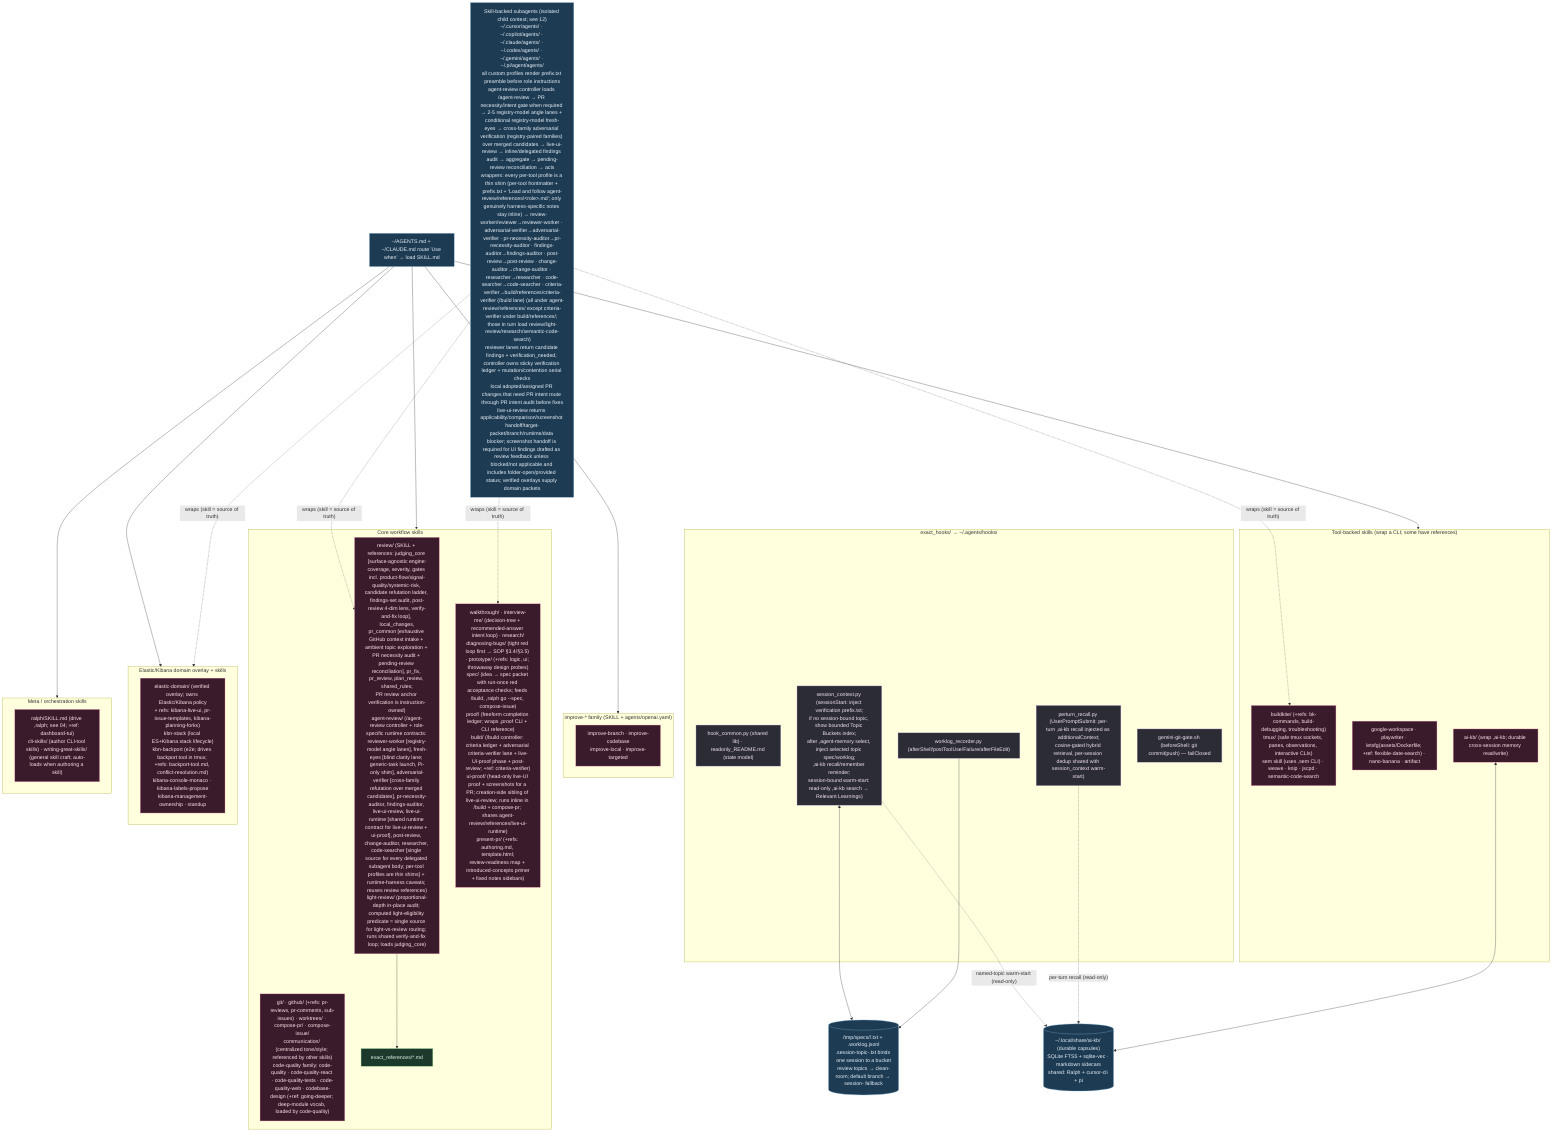
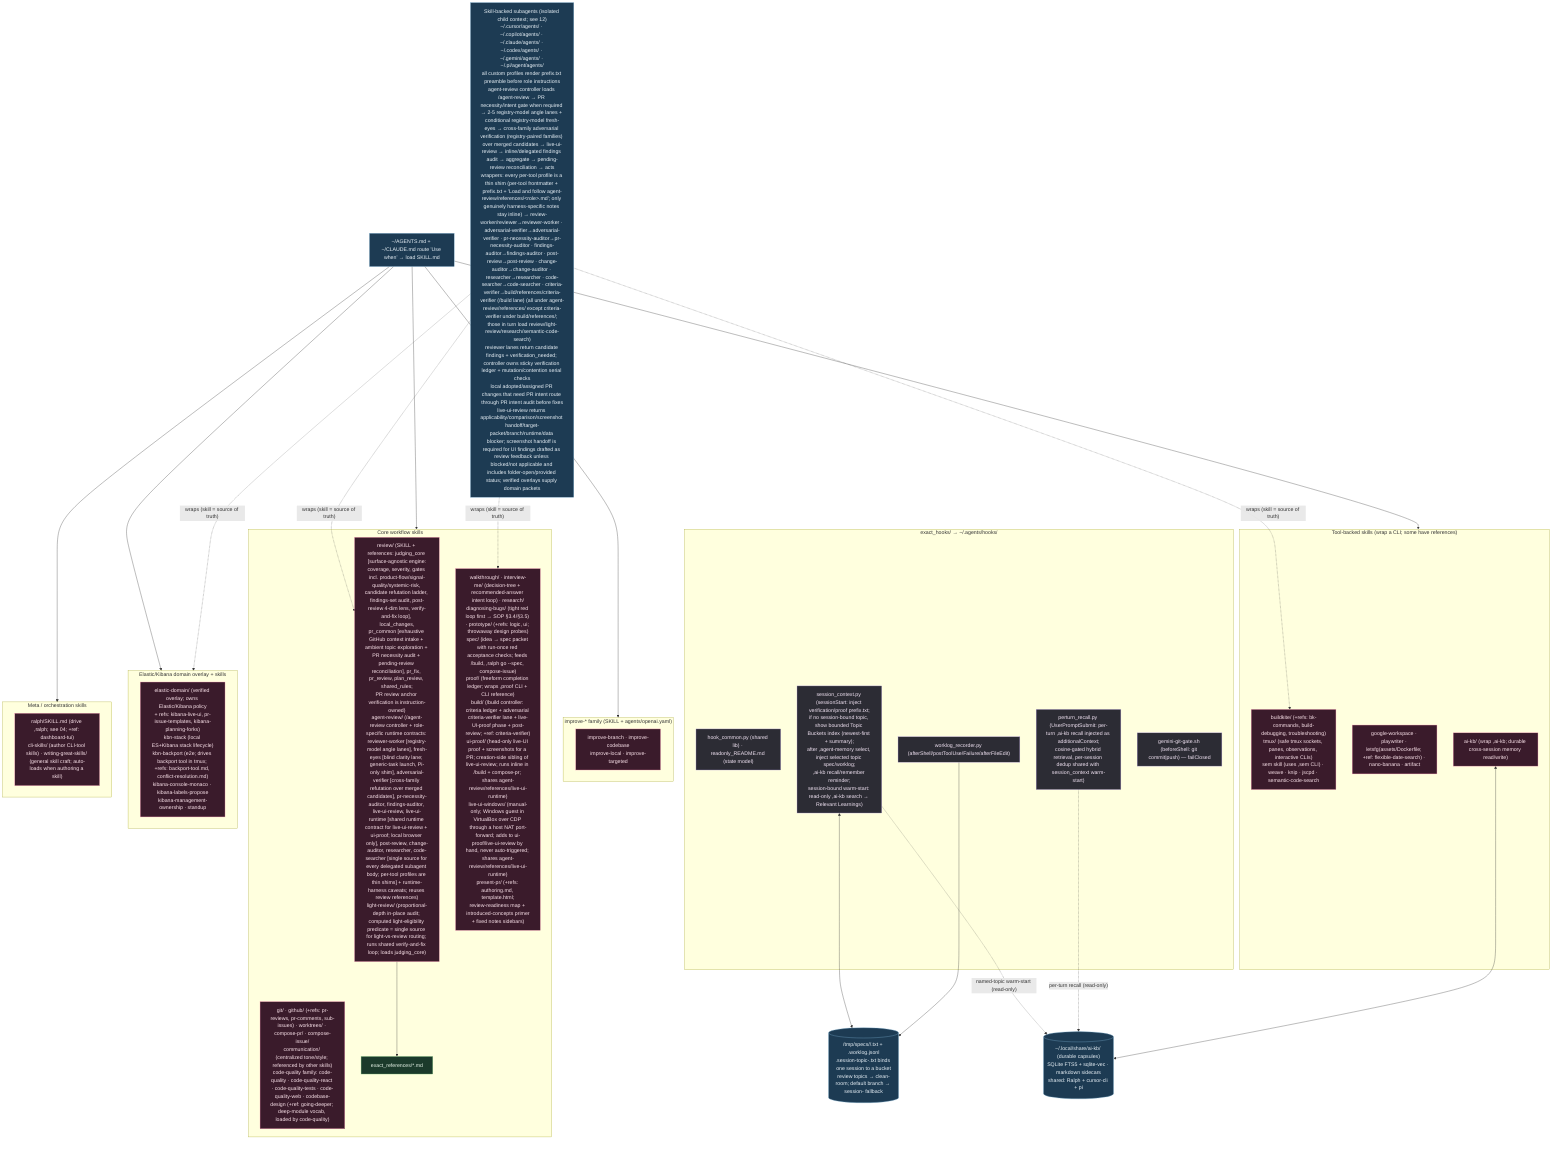
%% ============================================================================
- %% 03b-agent-skills-hooks.mmd — Every file under home/exact_dot_agents/ (102).
+ %% 03b-agent-skills-hooks.mmd — Every file under home/exact_dot_agents/ (103).
%% Skills → ~/.agents/skills/ (intent-routed SKILL.md). Shared hooks → ~/.agents/hooks/.
%% ============================================================================
flowchart TB
    classDef skill fill:#3a1b2b,stroke:#f48fb1,color:#fce4ec;
    classDef hook fill:#2c2c34,stroke:#b39ddb,color:#f3e5f5;
    classDef ref fill:#1b3a2b,stroke:#81c784,color:#e8f5e9;
    classDef data fill:#1d3b53,stroke:#7fb3d5,color:#eaf2f8;

    subgraph HOOKS["exact_hooks/ → ~/.agents/hooks/"]
        HC["hook_common.py (shared lib) · readonly_README.md (state model)"]:::hook
-         SCx["session_context.py (sessionStart: inject verification prefix.txt;<br/>if no session-bound topic, show bounded Topic Buckets index;<br/>after ,agent-memory select, inject selected topic spec/worklog;<br/>,ai-kb recall/remember reminder;<br/>session-bound warm-start: read-only ,ai-kb search → Relevant Learnings)"]:::hook
+         SCx["session_context.py (sessionStart: inject verification/proof prefix.txt;<br/>if no session-bound topic, show bounded Topic Buckets index (newest-first + summary);<br/>after ,agent-memory select, inject selected topic spec/worklog;<br/>,ai-kb recall/remember reminder;<br/>session-bound warm-start: read-only ,ai-kb search → Relevant Learnings)"]:::hook
        PRx["perturn_recall.py (UserPromptSubmit: per-turn ,ai-kb recall injected as additionalContext;<br/>cosine-gated hybrid retrieval, per-session dedup shared with session_context warm-start)"]:::hook
        WLx["worklog_recorder.py (afterShell/postToolUse/Failure/afterFileEdit)"]:::hook
        GG["gemini-git-gate.sh (beforeShell: git commit|push) — failClosed"]:::hook
    end

    MEM[("/tmp/specs/<pwd>/<topic>.txt + .worklog.jsonl<br/>.session-topic-<id>.txt binds one session to a bucket<br/>review topics → clean-room; default branch → session-<id> fallback")]:::data
    SCx <--> MEM
    WLx --> MEM

    KBDB[("~/.local/share/ai-kb/ (durable capsules)<br/>SQLite FTS5 + sqlite-vec · markdown sidecars<br/>shared: Ralph + cursor-cli + pi")]:::data
    SCx -. "named-topic warm-start (read-only)" .-> KBDB
    PRx -. "per-turn recall (read-only)" .-> KBDB

    subgraph CORE["Core workflow skills"]
-         S1["review/ (SKILL + references: judging_core [surface-agnostic engine:<br/>coverage, severity, gates incl. product-flow/signal-quality/systemic-risk, candidate refutation ladder, findings-set audit, post-review 4-dim lens, verify-and-fix loop], local_changes,<br/>pr_common [exhaustive GitHub context intake + ambient topic exploration + PR necessity audit + pending-review reconciliation], pr_fix, pr_review, plan_review, shared_rules;<br/>PR review anchor verification is instruction-owned)<br/>agent-review/ (/agent-review controller + role-specific runtime contracts: reviewer-worker [registry-model angle lanes], fresh-eyes [blind clarity lane; generic-task launch, Pi-only shim], adversarial-verifier [cross-family refutation over merged candidates], pr-necessity-auditor, findings-auditor, live-ui-review, live-ui-runtime [shared runtime contract for live-ui-review + ui-proof], post-review, change-auditor, researcher, code-searcher [single source for every delegated subagent body; per-tool profiles are thin shims] + runtime-harness caveats; reuses review references)<br/>light-review/ (proportional-depth in-place audit; computed light-eligibility predicate = single source for light-vs-review routing; runs shared verify-and-fix loop; loads judging_core)"]:::skill
+         S1["review/ (SKILL + references: judging_core [surface-agnostic engine:<br/>coverage, severity, gates incl. product-flow/signal-quality/systemic-risk, candidate refutation ladder, findings-set audit, post-review 4-dim lens, verify-and-fix loop], local_changes,<br/>pr_common [exhaustive GitHub context intake + ambient topic exploration + PR necessity audit + pending-review reconciliation], pr_fix, pr_review, plan_review, shared_rules;<br/>PR review anchor verification is instruction-owned)<br/>agent-review/ (/agent-review controller + role-specific runtime contracts: reviewer-worker [registry-model angle lanes], fresh-eyes [blind clarity lane; generic-task launch, Pi-only shim], adversarial-verifier [cross-family refutation over merged candidates], pr-necessity-auditor, findings-auditor, live-ui-review, live-ui-runtime [shared runtime contract for live-ui-review + ui-proof; local browser only], post-review, change-auditor, researcher, code-searcher [single source for every delegated subagent body; per-tool profiles are thin shims] + runtime-harness caveats; reuses review references)<br/>light-review/ (proportional-depth in-place audit; computed light-eligibility predicate = single source for light-vs-review routing; runs shared verify-and-fix loop; loads judging_core)"]:::skill
        S2["git/ · github/ (+refs: pr-reviews, pr-comments, sub-issues) · worktrees/ · compose-pr/ · compose-issue/<br/>communication/ (centralized tone/style; referenced by other skills)<br/>code-quality family: code-quality · code-quality-react · code-quality-tests · code-quality-web · codebase-design (+ref: going-deeper; deep-module vocab, loaded by code-quality)"]:::skill
-         S3["walkthrough/ · interview-me/ (decision-tree + recommended-answer intent loop) · research/<br/>diagnosing-bugs/ (tight red loop first → SOP §3.4/§3.5) · prototype/ (+refs: logic, ui; throwaway design probes)<br/>spec/ (idea → spec packet with run-once red acceptance checks; feeds /build, ,ralph go --spec, compose-issue)<br/>proof/ (freeform completion ledger; wraps ,proof CLI + CLI reference)<br/>build/ (/build controller: criteria ledger + adversarial criteria-verifier lane + live-UI-proof phase + post-review; +ref: criteria-verifier)<br/>ui-proof/ (head-only live-UI proof + screenshots for a PR; creation-side sibling of live-ui-review; runs inline in /build + compose-pr; shares agent-review/references/live-ui-runtime)<br/>present-pr/ (+refs: authoring.md, template.html;<br/>review-readiness map + introduced-concepts primer<br/>+ fixed notes sidebars)"]:::skill
+         S3["walkthrough/ · interview-me/ (decision-tree + recommended-answer intent loop) · research/<br/>diagnosing-bugs/ (tight red loop first → SOP §3.4/§3.5) · prototype/ (+refs: logic, ui; throwaway design probes)<br/>spec/ (idea → spec packet with run-once red acceptance checks; feeds /build, ,ralph go --spec, compose-issue)<br/>proof/ (freeform completion ledger; wraps ,proof CLI + CLI reference)<br/>build/ (/build controller: criteria ledger + adversarial criteria-verifier lane + live-UI-proof phase + post-review; +ref: criteria-verifier)<br/>ui-proof/ (head-only live-UI proof + screenshots for a PR; creation-side sibling of live-ui-review; runs inline in /build + compose-pr; shares agent-review/references/live-ui-runtime)<br/>live-ui-windows/ (manual-only; Windows guest in VirtualBox over CDP through a host NAT port-forward; adds to ui-proof/live-ui-review by hand, never auto-triggered; shares agent-review/references/live-ui-runtime)<br/>present-pr/ (+refs: authoring.md, template.html;<br/>review-readiness map + introduced-concepts primer<br/>+ fixed notes sidebars)"]:::skill
        S1 --> R1["exact_references/*.md"]:::ref
    end

    subgraph IMPROVE["improve-* family (SKILL + agents/openai.yaml)"]
        S4["improve-branch · improve-codebase<br/>improve-local · improve-targeted"]:::skill
    end

    subgraph TOOLS["Tool-backed skills (wrap a CLI; some have references)"]
        S5["buildkite/ (+refs: bk-commands, build-debugging, troubleshooting)<br/>tmux/ (safe tmux sockets, panes, observations, interactive CLIs)<br/>sem skill (uses ,sem CLI) · weave · knip · jscpd · semantic-code-search"]:::skill
        S6["google-workspace · playwriter · letsfg(assets/Dockerfile; +ref: flexible-date-search) · nano-banana · artifact"]:::skill
        S7["ai-kb/ (wrap ,ai-kb; durable cross-session memory read/write)"]:::skill
    end

    subgraph KBN["Elastic/Kibana domain overlay + skills"]
        S8["elastic-domain/ (verified overlay; owns Elastic/Kibana policy<br/>+ refs: kibana-live-ui, pr-issue-templates, kibana-planning-forks)<br/>kbn-stack (local ES+Kibana stack lifecycle)<br/>kbn-backport (e2e; drives backport tool in tmux; +refs: backport-tool.md, conflict-resolution.md)<br/>kibana-console-monaco · kibana-labels-propose<br/>kibana-management-ownership · standup"]:::skill
    end

    subgraph META["Meta / orchestration skills"]
        S9["ralph/SKILL.md (drive ,ralph; see 04; +ref: dashboard-tui)<br/>cli-skills/ (author CLI-tool skills) · writing-great-skills/ (general skill craft; auto-loads when authoring a skill)"]:::skill
    end

    SOPS["~/AGENTS.md + ~/CLAUDE.md route 'Use when' → load SKILL.md"]:::data
    SOPS --> CORE & IMPROVE & TOOLS & KBN & META
    S7 <--> KBDB

    SUBA["Skill-backed subagents (isolated child context; see 12)<br/>~/.cursor/agents/ · ~/.copilot/agents/ · ~/.claude/agents/ · ~/.codex/agents/ · ~/.gemini/agents/ · ~/.pi/agent/agents/<br/>all custom profiles render prefix.txt preamble before role instructions<br/>agent-review controller loads /agent-review → PR necessity/intent gate when required → 2-5 registry-model angle lanes + conditional registry-model fresh-eyes → cross-family adversarial verification (registry-paired families) over merged candidates → live-ui-review → inline/delegated findings audit → aggregate → pending-review reconciliation → acts<br/>wrappers: every per-tool profile is a thin shim (per-tool frontmatter + prefix.txt + 'Load and follow agent-review/references/&lt;role&gt;.md'; only genuinely harness-specific notes stay inline) → review-worker/reviewer→reviewer-worker · adversarial-verifier→adversarial-verifier · pr-necessity-auditor→pr-necessity-auditor · findings-auditor→findings-auditor · post-review→post-review · change-auditor→change-auditor · researcher→researcher · code-searcher→code-searcher · criteria-verifier→build/references/criteria-verifier (/build lane) (all under agent-review/references/ except criteria-verifier under build/references/; those in turn load review/light-review/research/semantic-code-search)<br/>reviewer lanes return candidate findings + verification_needed; controller owns sticky verification ledger + mutation/contention serial checks<br/>local adopted/assigned PR changes that need PR intent route through PR intent audit before fixes<br/>live-ui-review returns applicability/comparison/screenshot handoff/target-packet/branch/runtime/data blocker; screenshot handoff is required for UI findings drafted as review feedback unless blocked/not applicable and includes folder-open/provided status; verified overlays supply domain packets"]:::data
    SUBA -.->|"wraps (skill = source of truth)"| S1 & S3 & S5 & KBN
